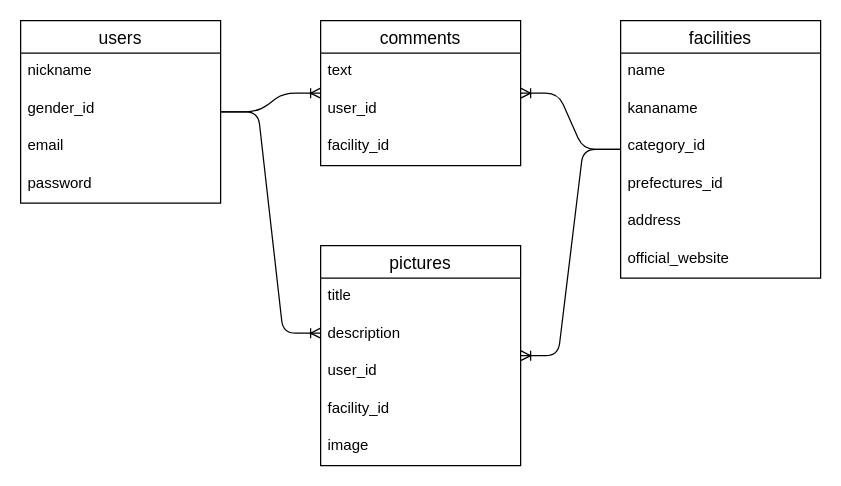
Earlier version of the draw.io diagram ERD.dio (masaya-Programming/animal-connection). Source tidied: cells renumbered, new cells numbered last; positions are measured from the earlier drawing's top-left corner, leaving out a move shared by most shapes. Both pictures are drawn from the tidied source at 125%, with x=0, y=0 at pixel (20, 20).
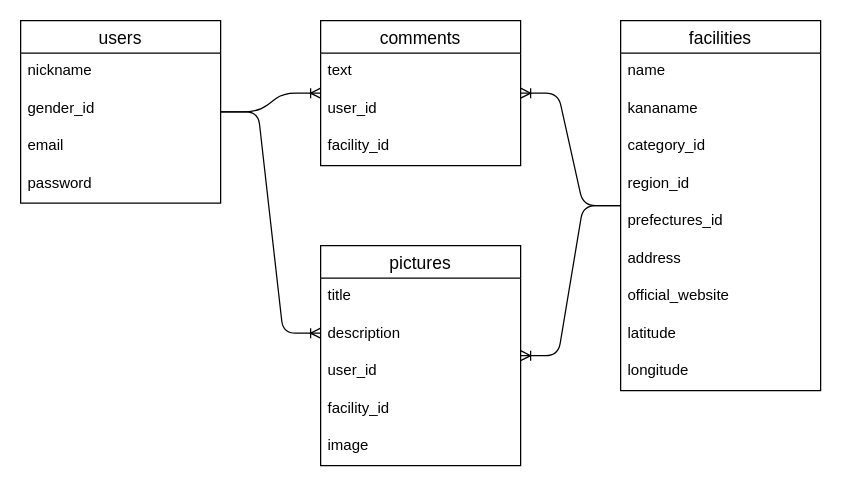
The same diagram, later.

Change to the diagram source:
```diff
@@
     <mxCell id="11" value="facilities" style="swimlane;fontStyle=0;horizontal=1;startSize=26;align=center;fontSize=14;" parent="1" vertex="1">
-      <mxGeometry x="480" width="160" height="206" as="geometry" />
+      <mxGeometry x="480" width="160" height="296" as="geometry" />
     </mxCell>
@@
+    <mxCell id="28" value="region_id" style="text;strokeColor=none;fillColor=none;spacingLeft=4;spacingRight=4;overflow=hidden;fontSize=12;" parent="11" vertex="1">
+      <mxGeometry y="116" width="160" height="30" as="geometry" />
+    </mxCell>
     <mxCell id="15" value="prefectures_id" style="text;strokeColor=none;fillColor=none;spacingLeft=4;spacingRight=4;overflow=hidden;fontSize=12;" parent="11" vertex="1">
-      <mxGeometry y="116" width="160" height="30" as="geometry" />
+      <mxGeometry y="146" width="160" height="30" as="geometry" />
     </mxCell>
     <mxCell id="16" value="address" style="text;strokeColor=none;fillColor=none;spacingLeft=4;spacingRight=4;overflow=hidden;fontSize=12;" parent="11" vertex="1">
-      <mxGeometry y="146" width="160" height="30" as="geometry" />
+      <mxGeometry y="176" width="160" height="30" as="geometry" />
     </mxCell>
     <mxCell id="17" value="official_website" style="text;strokeColor=none;fillColor=none;spacingLeft=4;spacingRight=4;overflow=hidden;fontSize=12;" parent="11" vertex="1">
-      <mxGeometry y="176" width="160" height="30" as="geometry" />
+      <mxGeometry y="206" width="160" height="30" as="geometry" />
     </mxCell>
+    <mxCell id="29" value="latitude" style="text;strokeColor=none;fillColor=none;spacingLeft=4;spacingRight=4;overflow=hidden;fontSize=12;" parent="11" vertex="1">
+      <mxGeometry y="236" width="160" height="30" as="geometry" />
+    </mxCell>
+    <mxCell id="30" value="longitude" style="text;strokeColor=none;fillColor=none;spacingLeft=4;spacingRight=4;overflow=hidden;fontSize=12;" parent="11" vertex="1">
+      <mxGeometry y="266" width="160" height="30" as="geometry" />
+    </mxCell>
```
